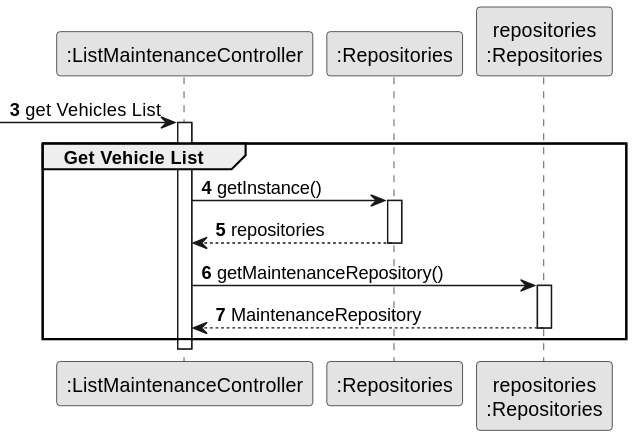
Before: docs/sprintB/us008/03.design/svg/us008-sequence-diagram-partial-get-maintenance-repository.svg, a diagram exported from PlantUML (ricardomm7/leaflink). Source of this version:
```plantuml
@startuml
skinparam monochrome true
skinparam packageStyle rectangle
skinparam shadowing false

autonumber


participant ":ListMaintenanceController" as CTRL
participant ":Repositories" as RepositorySingleton
participant "repositories\n:Repositories" as PLAT

autonumber 3

 -> CTRL : get Vehicles List
activate CTRL
    group Get Vehicle List

        CTRL -> RepositorySingleton : getInstance()
        activate RepositorySingleton

        RepositorySingleton --> CTRL: repositories
        deactivate RepositorySingleton

        CTRL -> PLAT : getMaintenanceRepository()
        activate PLAT

        PLAT --> CTRL: MaintenanceRepository
        deactivate PLAT

    end

    autonumber 4
deactivate CTRL
@enduml
```
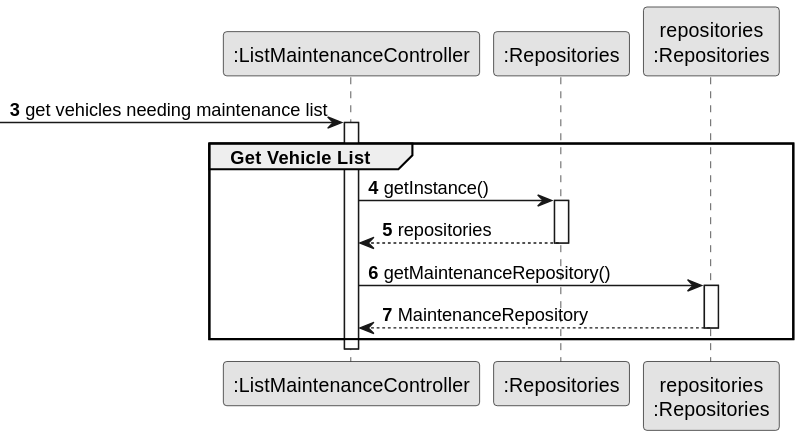
After the commit.

The edit, as a diff of the source:
```diff
@@ -12,7 +12,7 @@
 
 autonumber 3
 
- -> CTRL : get Vehicles List
+ -> CTRL : get vehicles needing maintenance list
 activate CTRL
     group Get Vehicle List
 
```
